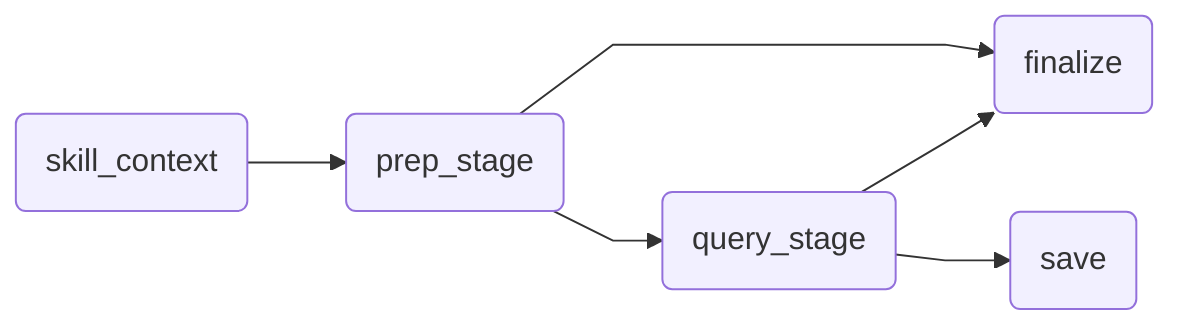
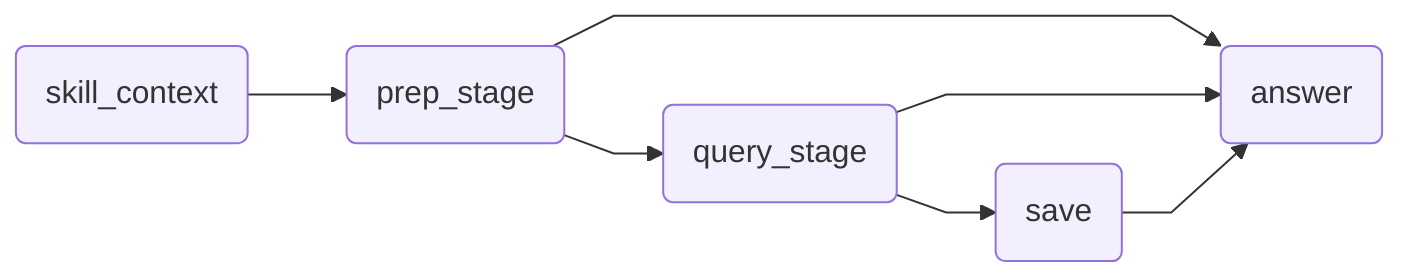
---
config:
  flowchart:
    curve: linear
---
graph LR;
	skill_context(skill_context)
	prep_stage(prep_stage)
	query_stage(query_stage)
	save(save)
- 	finalize(finalize)
- 	prep_stage --> finalize;
+ 	answer(answer)
+ 	prep_stage --> answer;
	prep_stage --> query_stage;
- 	query_stage --> finalize;
+ 	query_stage --> answer;
	query_stage --> save;
+ 	save --> answer;
	skill_context --> prep_stage;
	classDef default fill:#f2f0ff,line-height:1.2
	classDef first fill-opacity:0
	classDef last fill:#bfb6fc
